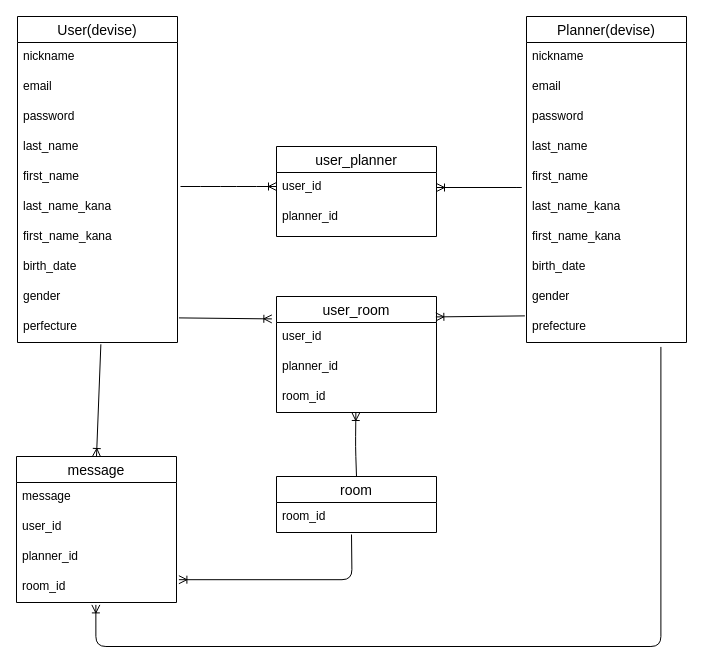
hirokuni-k/Wedding_proto keeps this draw.io diagram as ER.dio. Above is the earlier version. Source tidied: cells renumbered, new cells numbered last; positions are measured from the earlier drawing's top-left corner, leaving out a move shared by most shapes. Both pictures are drawn from the tidied source at 100%, with x=0, y=0 at pixel (16, 16).
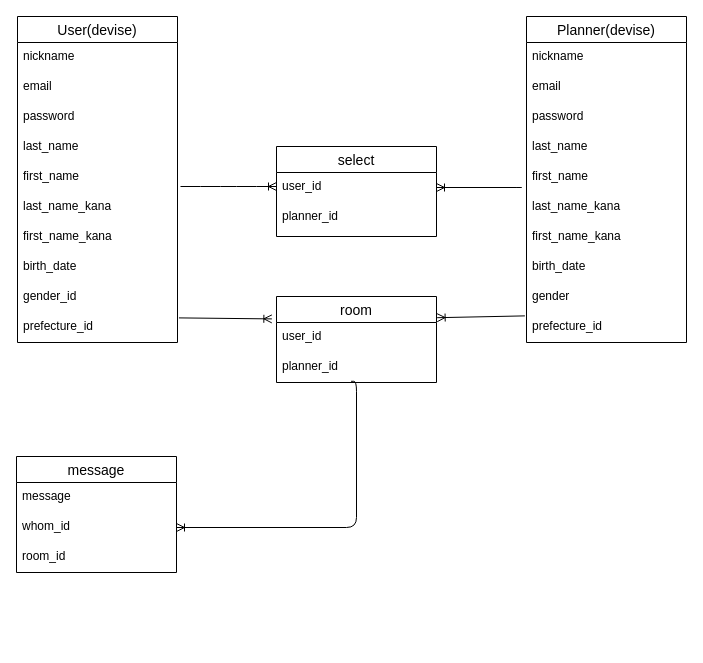
The same page after the edit.

Commit message (it also covers changes not shown here):
コードレビュー修正

Unchanged cells that the change refers to:
```xml
<mxCell id="2" value="Planner(devise)" style="swimlane;fontStyle=0;horizontal=1;startSize=26;align=center;fontSize=14;" parent="1" vertex="1">
  <mxGeometry x="510" width="160" height="326" as="geometry" />
</mxCell>
<mxCell id="13" value="User(devise)" style="swimlane;fontStyle=0;horizontal=1;startSize=26;align=center;fontSize=14;" parent="1" vertex="1">
  <mxGeometry x="1" width="160" height="326" as="geometry" />
</mxCell>
<mxCell id="35" value="user_id" style="text;strokeColor=none;fillColor=none;spacingLeft=4;spacingRight=4;overflow=hidden;points=[[0,0.5],[1,0.5]];portConstraint=eastwest;fontSize=12;" parent="34" vertex="1">
  <mxGeometry y="26" width="160" height="30" as="geometry" />
</mxCell>
<mxCell id="36" value="planner_id" style="text;strokeColor=none;fillColor=none;spacingLeft=4;spacingRight=4;overflow=hidden;points=[[0,0.5],[1,0.5]];portConstraint=eastwest;fontSize=12;" parent="34" vertex="1">
  <mxGeometry y="56" width="160" height="30" as="geometry" />
</mxCell>
```

What changed in the source:
```diff
@@
-    <mxCell id="12" value="prefecture" style="text;strokeColor=none;fillColor=none;spacingLeft=4;spacingRight=4;overflow=hidden;points=[[0,0.5],[1,0.5]];portConstraint=eastwest;fontSize=12;" parent="2" vertex="1">
+    <mxCell id="12" value="prefecture_id" style="text;strokeColor=none;fillColor=none;spacingLeft=4;spacingRight=4;overflow=hidden;points=[[0,0.5],[1,0.5]];portConstraint=eastwest;fontSize=12;" parent="2" vertex="1">
       <mxGeometry y="296" width="160" height="30" as="geometry" />
     </mxCell>
@@
-    <mxCell id="22" value="gender" style="text;strokeColor=none;fillColor=none;spacingLeft=4;spacingRight=4;overflow=hidden;fontSize=12;" parent="13" vertex="1">
+    <mxCell id="22" value="gender_id" style="text;strokeColor=none;fillColor=none;spacingLeft=4;spacingRight=4;overflow=hidden;fontSize=12;" parent="13" vertex="1">
       <mxGeometry y="266" width="160" height="30" as="geometry" />
     </mxCell>
-    <mxCell id="23" value="perfecture" style="text;strokeColor=none;fillColor=none;spacingLeft=4;spacingRight=4;overflow=hidden;points=[[0,0.5],[1,0.5]];portConstraint=eastwest;fontSize=12;" parent="13" vertex="1">
+    <mxCell id="23" value="prefecture_id" style="text;strokeColor=none;fillColor=none;spacingLeft=4;spacingRight=4;overflow=hidden;points=[[0,0.5],[1,0.5]];portConstraint=eastwest;fontSize=12;" parent="13" vertex="1">
       <mxGeometry y="296" width="160" height="30" as="geometry" />
     </mxCell>
-    <mxCell id="24" value="user_planner" style="swimlane;fontStyle=0;horizontal=1;startSize=26;align=center;fontSize=14;" parent="1" vertex="1">
+    <mxCell id="24" value="select" style="swimlane;fontStyle=0;horizontal=1;startSize=26;align=center;fontSize=14;" parent="1" vertex="1">
       <mxGeometry x="260" y="130" width="160" height="90" as="geometry" />
     </mxCell>
@@
-    <mxCell id="29" value="room" style="swimlane;fontStyle=0;horizontal=1;startSize=26;align=center;fontSize=14;" parent="1" vertex="1">
-      <mxGeometry x="260" y="460" width="160" height="56" as="geometry" />
-    </mxCell>
-    <mxCell id="30" value="room_id" style="text;strokeColor=none;fillColor=none;spacingLeft=4;spacingRight=4;overflow=hidden;fontSize=12;" parent="29" vertex="1">
-      <mxGeometry y="26" width="160" height="30" as="geometry" />
-    </mxCell>
-    <mxCell id="31" style="edgeStyle=orthogonalEdgeStyle;fontSize=12;html=1;endArrow=ERoneToMany;entryX=1.015;entryY=0.24;entryDx=0;entryDy=0;entryPerimeter=0;" parent="29" edge="1" target="42">
-      <mxGeometry relative="1" as="geometry">
-        <mxPoint x="75" y="58" as="sourcePoint" />
-      </mxGeometry>
-    </mxCell>
-    <mxCell id="32" style="fontSize=12;html=1;endArrow=ERoneToMany;exitX=0.84;exitY=1.147;exitDx=0;exitDy=0;entryX=0.496;entryY=1.08;entryDx=0;entryDy=0;entryPerimeter=0;exitPerimeter=0;edgeStyle=orthogonalEdgeStyle;" parent="1" edge="1" source="12" target="42">
-      <mxGeometry relative="1" as="geometry">
-        <Array as="points">
-          <mxPoint x="644" y="630" />
-          <mxPoint x="79" y="630" />
-        </Array>
-      </mxGeometry>
-    </mxCell>
-    <mxCell id="33" style="fontSize=12;html=1;endArrow=ERoneToMany;exitX=0.521;exitY=1.06;exitDx=0;exitDy=0;entryX=0.5;entryY=0;entryDx=0;entryDy=0;exitPerimeter=0;" parent="1" edge="1" source="23" target="38">
-      <mxGeometry relative="1" as="geometry" />
-    </mxCell>
-    <mxCell id="34" value="user_room" style="swimlane;fontStyle=0;horizontal=1;startSize=26;align=center;fontSize=14;" parent="1" vertex="1">
-      <mxGeometry x="260" y="280" width="160" height="116" as="geometry" />
+    <mxCell id="34" value="room" style="swimlane;fontStyle=0;horizontal=1;startSize=26;align=center;fontSize=14;" parent="1" vertex="1">
+      <mxGeometry x="260" y="280" width="160" height="86" as="geometry" />
     </mxCell>
@@
-    <mxCell id="37" value="room_id" style="text;strokeColor=none;fillColor=none;spacingLeft=4;spacingRight=4;overflow=hidden;points=[[0,0.5],[1,0.5]];portConstraint=eastwest;fontSize=12;" parent="34" vertex="1">
-      <mxGeometry y="86" width="160" height="30" as="geometry" />
-    </mxCell>
     <mxCell id="38" value="message" style="swimlane;fontStyle=0;horizontal=1;startSize=26;align=center;fontSize=14;" parent="1" vertex="1">
-      <mxGeometry y="440" width="160" height="146" as="geometry" />
+      <mxGeometry y="440" width="160" height="116" as="geometry" />
     </mxCell>
@@
-    <mxCell id="40" value="user_id" style="text;strokeColor=none;fillColor=none;spacingLeft=4;spacingRight=4;overflow=hidden;points=[[0,0.5],[1,0.5]];portConstraint=eastwest;fontSize=12;" parent="38" vertex="1">
+    <mxCell id="40" value="whom_id" style="text;strokeColor=none;fillColor=none;spacingLeft=4;spacingRight=4;overflow=hidden;points=[[0,0.5],[1,0.5]];portConstraint=eastwest;fontSize=12;" parent="38" vertex="1">
       <mxGeometry y="56" width="160" height="30" as="geometry" />
     </mxCell>
-    <mxCell id="41" value="planner_id" style="text;strokeColor=none;fillColor=none;spacingLeft=4;spacingRight=4;overflow=hidden;fontSize=12;" parent="38" vertex="1">
-      <mxGeometry y="86" width="160" height="30" as="geometry" />
-    </mxCell>
     <mxCell id="42" value="room_id" style="text;strokeColor=none;fillColor=none;spacingLeft=4;spacingRight=4;overflow=hidden;points=[[0,0.5],[1,0.5]];portConstraint=eastwest;fontSize=12;" parent="38" vertex="1">
-      <mxGeometry y="116" width="160" height="30" as="geometry" />
+      <mxGeometry y="86" width="160" height="30" as="geometry" />
     </mxCell>
@@
-    <mxCell id="44" style="fontSize=12;html=1;endArrow=ERoneToMany;entryX=0.996;entryY=0.176;entryDx=0;entryDy=0;entryPerimeter=0;exitX=-0.01;exitY=0.113;exitDx=0;exitDy=0;exitPerimeter=0;" parent="1" edge="1" source="12" target="34">
+    <mxCell id="44" style="fontSize=12;html=1;endArrow=ERoneToMany;entryX=1.004;entryY=-0.16;entryDx=0;entryDy=0;entryPerimeter=0;exitX=-0.01;exitY=0.113;exitDx=0;exitDy=0;exitPerimeter=0;" parent="1" edge="1" source="12" target="35">
       <mxGeometry relative="1" as="geometry" />
     </mxCell>
-    <mxCell id="45" style="fontSize=12;html=1;endArrow=ERoneToMany;entryX=0.496;entryY=1;entryDx=0;entryDy=0;entryPerimeter=0;exitX=0.5;exitY=0;exitDx=0;exitDy=0;" parent="1" edge="1" source="29" target="37">
+    <mxCell id="45" style="fontSize=12;html=1;endArrow=ERoneToMany;entryX=1;entryY=0.5;entryDx=0;entryDy=0;exitX=0.466;exitY=0.96;exitDx=0;exitDy=0;exitPerimeter=0;edgeStyle=orthogonalEdgeStyle;" parent="1" edge="1" source="36" target="40">
       <mxGeometry relative="1" as="geometry">
         <Array as="points">
-          <mxPoint x="339" y="430" />
+          <mxPoint x="340" y="365" />
+          <mxPoint x="340" y="511" />
         </Array>
       </mxGeometry>
     </mxCell>
```
